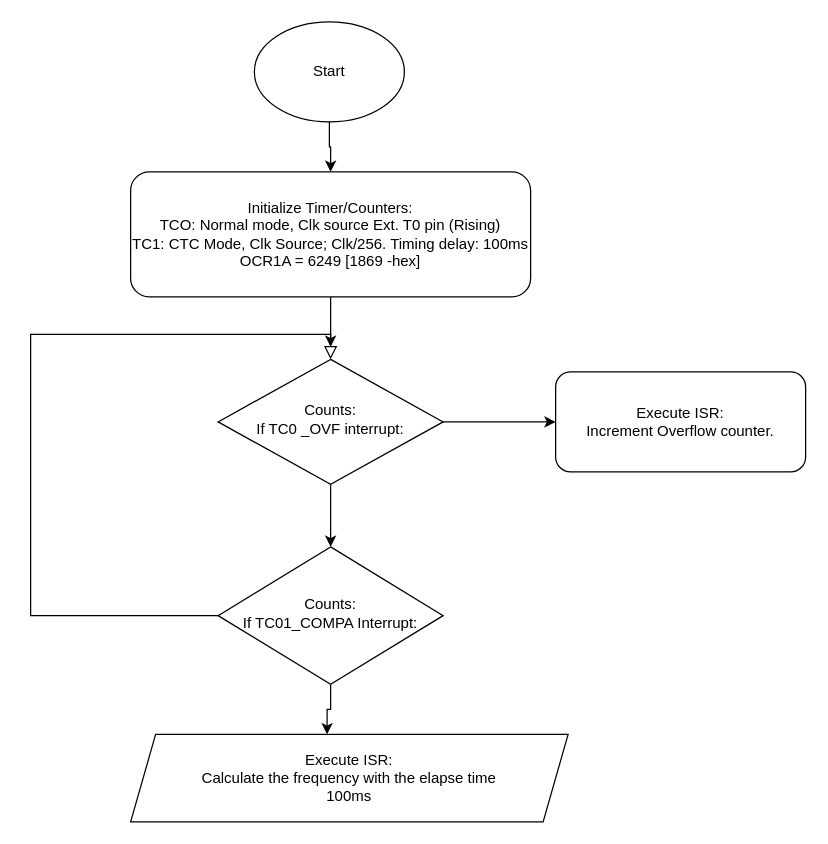
Before: Untitled Diagram.drawio in Elijah57/boom, a draw.io diagram. Source tidied: cells renumbered, new cells numbered last; positions are measured from the earlier drawing's top-left corner, leaving out a move shared by most shapes. Both pictures are drawn from the tidied source at 125%, with x=0, y=0 at pixel (30, 21).
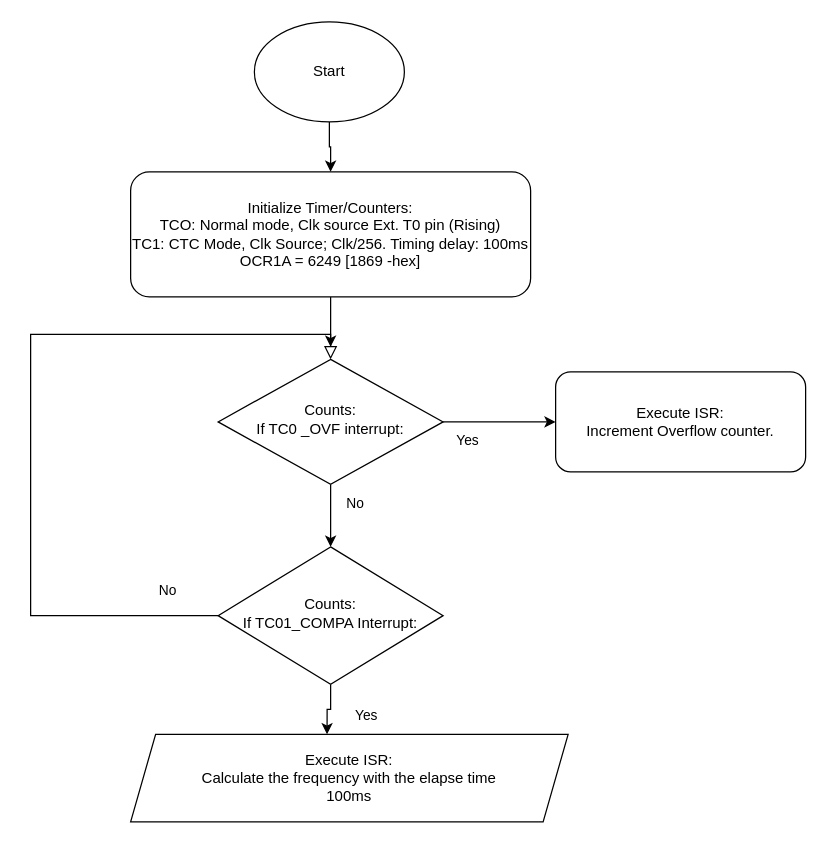
After the change.

The edit, as a diff of the source:
```diff
@@
+    <mxCell id="14" value="Yes" style="text;strokeColor=none;align=center;fillColor=none;html=1;verticalAlign=middle;whiteSpace=wrap;rounded=0;fontSize=11;fontFamily=Helvetica;fontColor=default;" parent="1" vertex="1">
+      <mxGeometry x="320" y="320" width="60" height="30" as="geometry" />
+    </mxCell>
+    <mxCell id="15" value="No" style="text;strokeColor=none;align=center;fillColor=none;html=1;verticalAlign=middle;whiteSpace=wrap;rounded=0;fontSize=11;fontFamily=Helvetica;fontColor=default;" parent="1" vertex="1">
+      <mxGeometry x="230" y="370" width="60" height="30" as="geometry" />
+    </mxCell>
+    <mxCell id="16" value="Yes" style="text;strokeColor=none;align=center;fillColor=none;html=1;verticalAlign=middle;whiteSpace=wrap;rounded=0;fontSize=11;fontFamily=Helvetica;fontColor=default;" parent="1" vertex="1">
+      <mxGeometry x="239" y="540" width="60" height="30" as="geometry" />
+    </mxCell>
+    <mxCell id="17" value="No" style="text;strokeColor=none;align=center;fillColor=none;html=1;verticalAlign=middle;whiteSpace=wrap;rounded=0;fontSize=11;fontFamily=Helvetica;fontColor=default;" parent="1" vertex="1">
+      <mxGeometry x="80" y="440" width="60" height="30" as="geometry" />
+    </mxCell>
```
